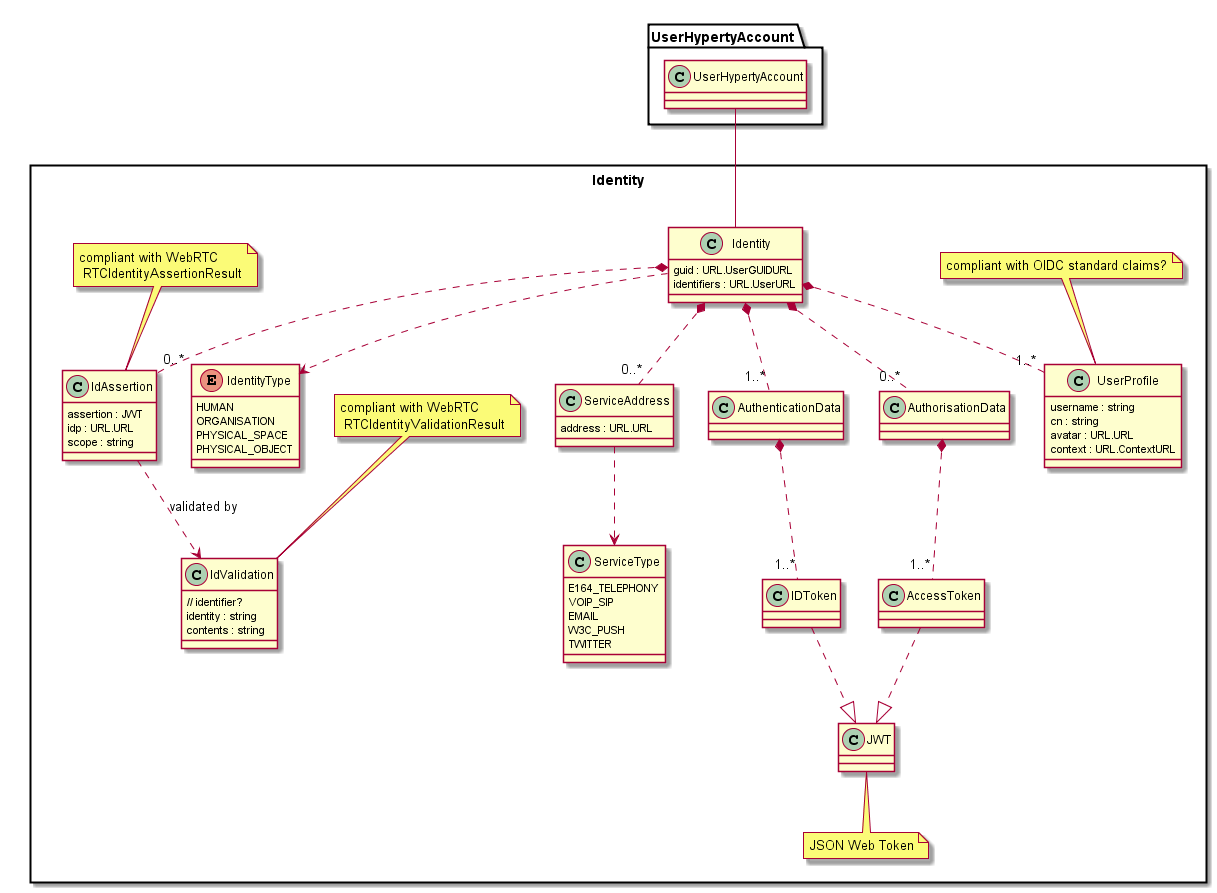
Above: datamodel/core/user-identity/Identity-Data-Object-Model.png in reTHINK-project/specs (PlantUML), before the change.
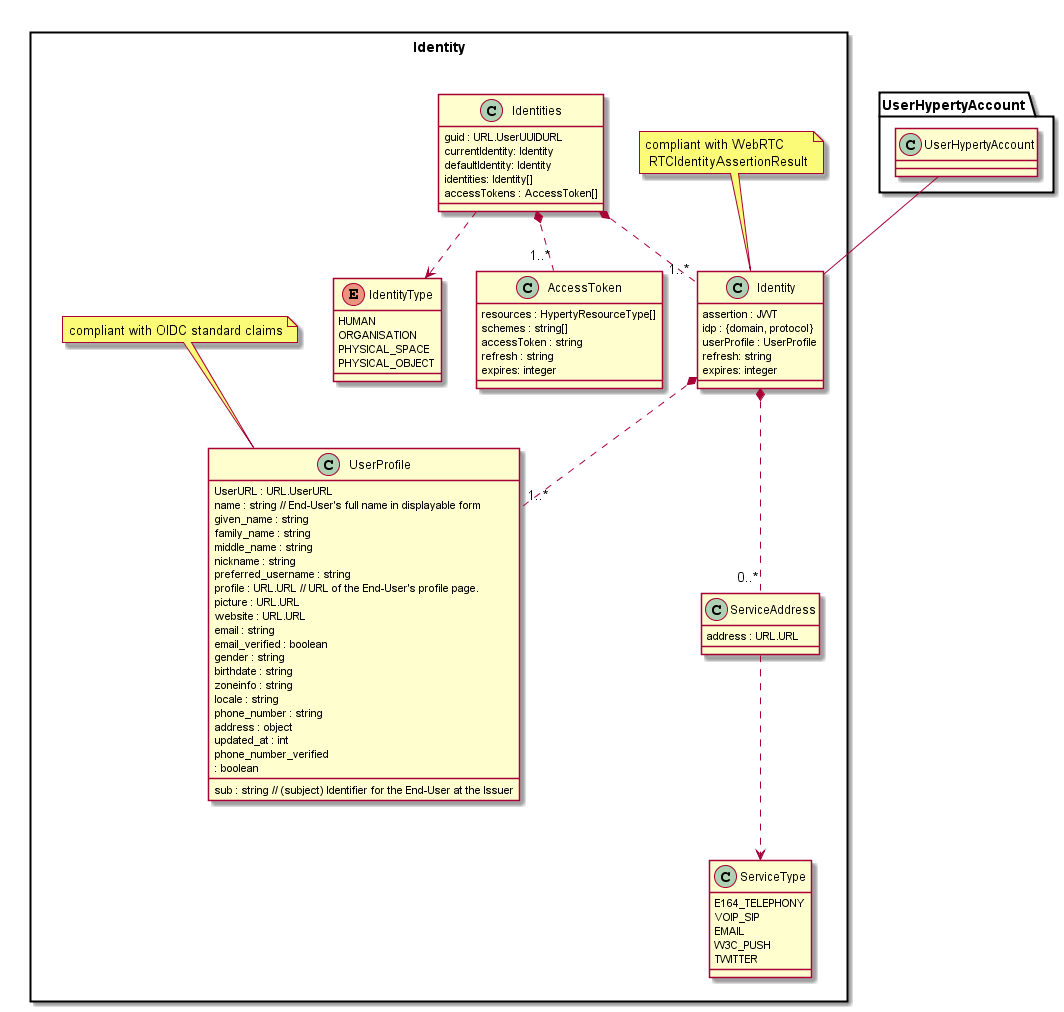
Above is the later version.

Commit message:
Fixed identity data model

The edit, as a diff of the source:
```diff
@@ -9,34 +9,33 @@
 		PHYSICAL_OBJECT
 	}
 
-	class Identity {
-		guid : URL.UserGUIDURL
-		identifiers : URL.UserURL
+	class Identities {
+		guid : URL.UserUUIDURL
+		currentIdentity: Identity
+		defaultIdentity: Identity
+		identities: Identity[]
+		accessTokens : AccessToken[]
+	}
+
+	class AccessToken {
+		resources : HypertyResourceType[]
+		schemes : string[]
+		accessToken : string
+		refresh : string
+		expires: integer
 	}
 
 	Identity -up- UserHypertyAccount.UserHypertyAccount
 
-	class AuthenticationData {
-	}
-
-	class AuthorisationData {
-	}
-
-	class IdAssertion {
+	class Identity {
 		assertion : JWT
-		idp : URL.URL
-		scope : string
+		idp : {domain, protocol}
+		userProfile : UserProfile
+		refresh: string
+		expires: integer
 	}
 
 	note top : compliant with WebRTC\n RTCIdentityAssertionResult
-
-	class IdValidation {
-		// identifier?
-		identity : string
-		contents : string
-	}
-
-	note top : compliant with WebRTC\n RTCIdentityValidationResult
 
 	class ServiceType {
 		E164_TELEPHONY
@@ -51,40 +50,39 @@
 	}
 
 	class UserProfile {
-		username : string
-		cn : string
-		avatar : URL.URL
-		context : URL.ContextURL
+		UserURL : URL.UserURL
+		sub : string // (subject) Identifier for the End-User at the Issuer
+		name : string // End-User's full name in displayable form
+		given_name : string
+		family_name : string
+		middle_name : string
+		nickname : string
+		preferred_username : string
+		profile : URL.URL // URL of the End-User's profile page.
+		picture : URL.URL
+		website : URL.URL
+		email : string
+		email_verified : boolean
+		gender : string
+		birthdate : string
+		zoneinfo : string
+		locale : string
+		phone_number : string
+		address : object
+		updated_at : int
+		phone_number_verified	: boolean
 	}
 
-	note top : compliant with OIDC standard claims?
+	note top : compliant with OIDC standard claims
 
-	class JWT {
-	}
-
-	note bottom : JSON Web Token
-
-	class IDToken {
-	}
-
-	class AccessToken {
-	}
-
-	IDToken ..|> JWT
-	AccessToken ..|> JWT
-
-	Identity ..> IdentityType
-	Identity *.. "1..*" AuthenticationData
-	Identity *.. "0..*" AuthorisationData
+	Identities ..> IdentityType
+	Identities *.. "1..*" Identity
 	Identity *.. "1..*" UserProfile
+	Identities *.. "1..*" AccessToken
 	Identity *.. "0..*" ServiceAddress
-	Identity *.. "0..*" IdAssertion
 	ServiceAddress ..> ServiceType
 
-	IdAssertion ..> IdValidation : validated by
 
-	AuthenticationData *.. "1..*" IDToken
-	AuthorisationData *.. "1..*" AccessToken
 }
 
 @enduml
```
